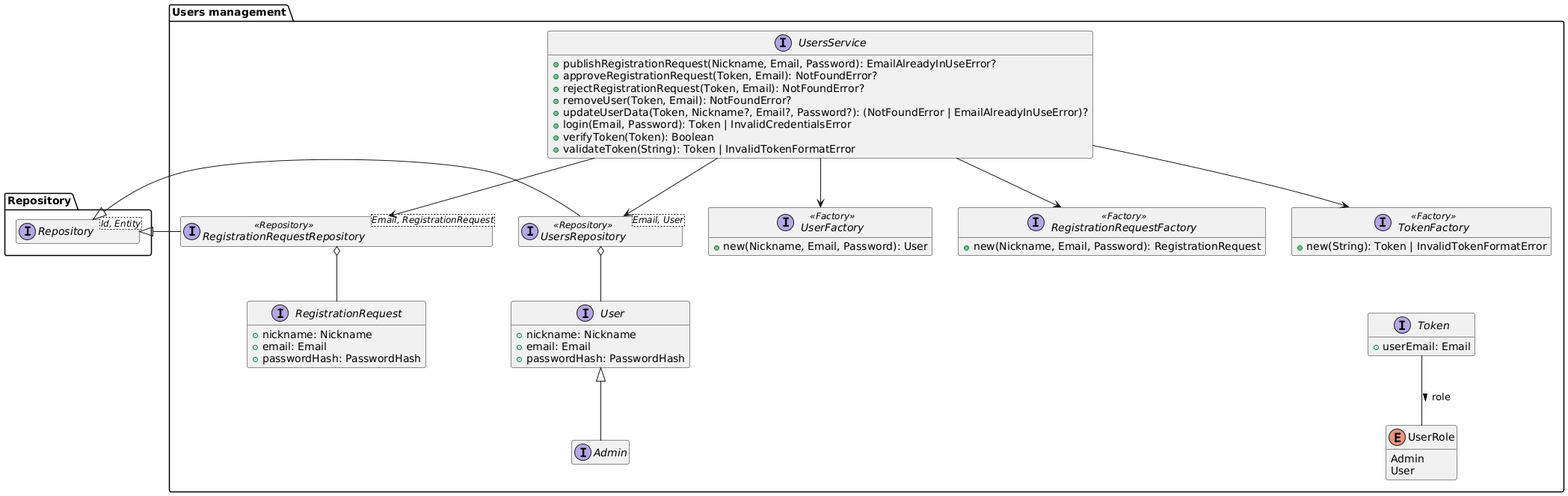
Before: diagrams/generated/users-management-domain-model.png, a diagram exported from PlantUML (DomoticASW/.github).
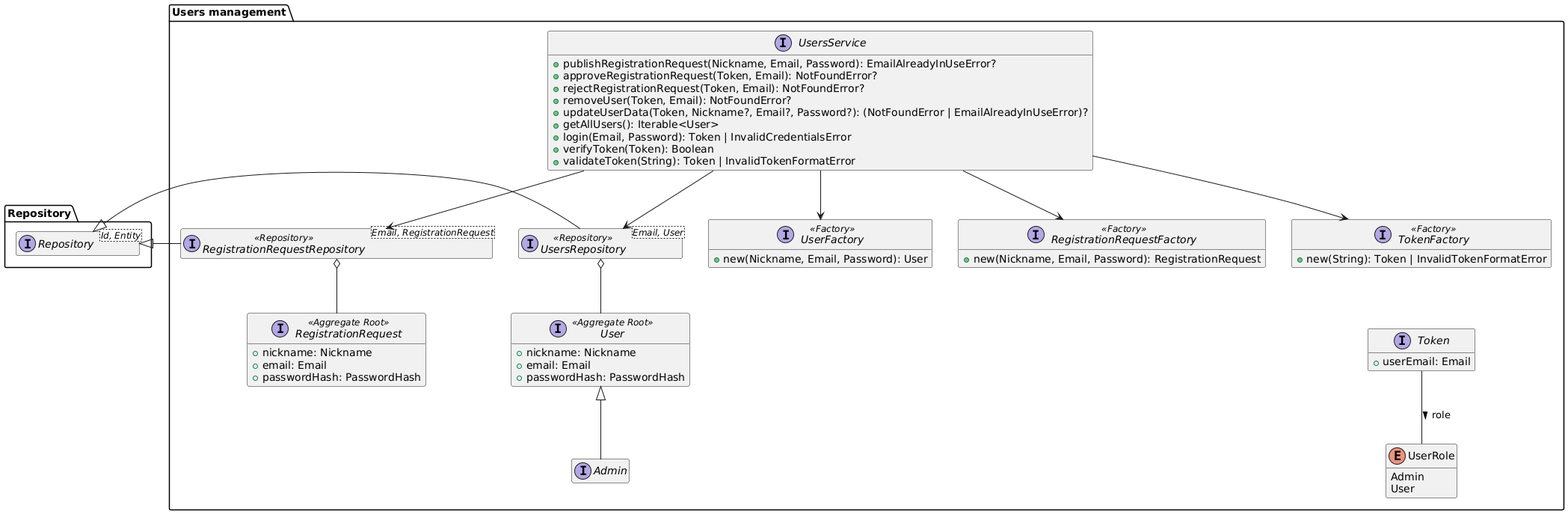
Above is the later version.

Commit message:
refined users diagram and add service methods to devices diagram

What changed in the source:
```diff
@@ -6,14 +6,14 @@
 }
 
 package "Users management" as Users {
-    interface User {
+    interface User <<Aggregate Root>> {
         + nickname: Nickname
         + email: Email
         + passwordHash: PasswordHash
     }
     interface Admin extends User
 
-    interface RegistrationRequest {
+    interface RegistrationRequest <<Aggregate Root>> {
         + nickname: Nickname
         + email: Email
         + passwordHash: PasswordHash
@@ -34,6 +34,7 @@
         + rejectRegistrationRequest(Token, Email): NotFoundError?
         + removeUser(Token, Email): NotFoundError?
         + updateUserData(Token, Nickname?, Email?, Password?): (NotFoundError | EmailAlreadyInUseError)?
+        + getAllUsers(): Iterable<User>
         + login(Email, Password): Token | InvalidCredentialsError
         + verifyToken(Token): Boolean
         + validateToken(String): Token | InvalidTokenFormatError
```
